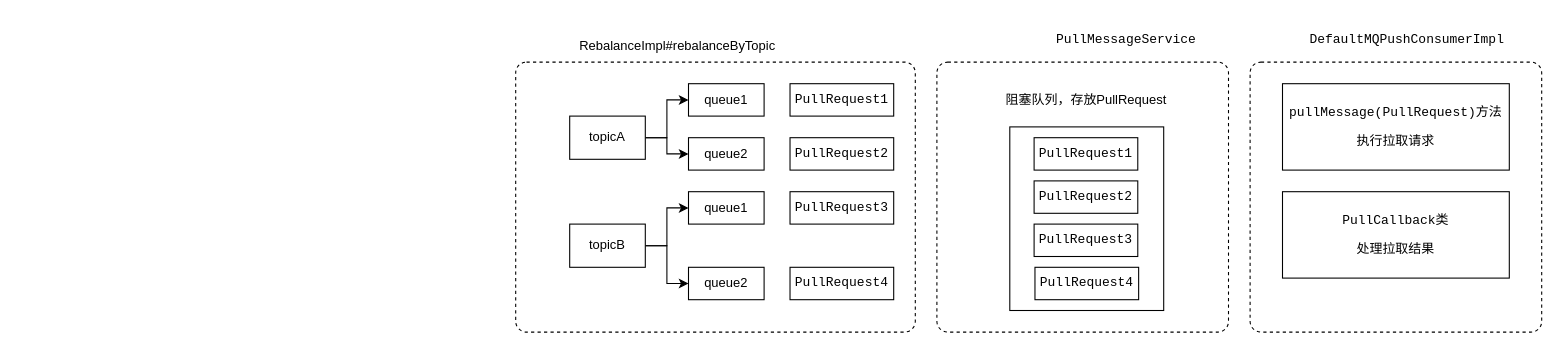
The draw.io diagram rocketmq/消息消费类图.drawio in erlieStar/diagrams, before the edit. Source tidied: cells renumbered, new cells numbered last; positions are measured from the earlier drawing's top-left corner, leaving out a move shared by most shapes. Both pictures are drawn from the tidied source at 108%, with x=0, y=0 at pixel (515, 18).
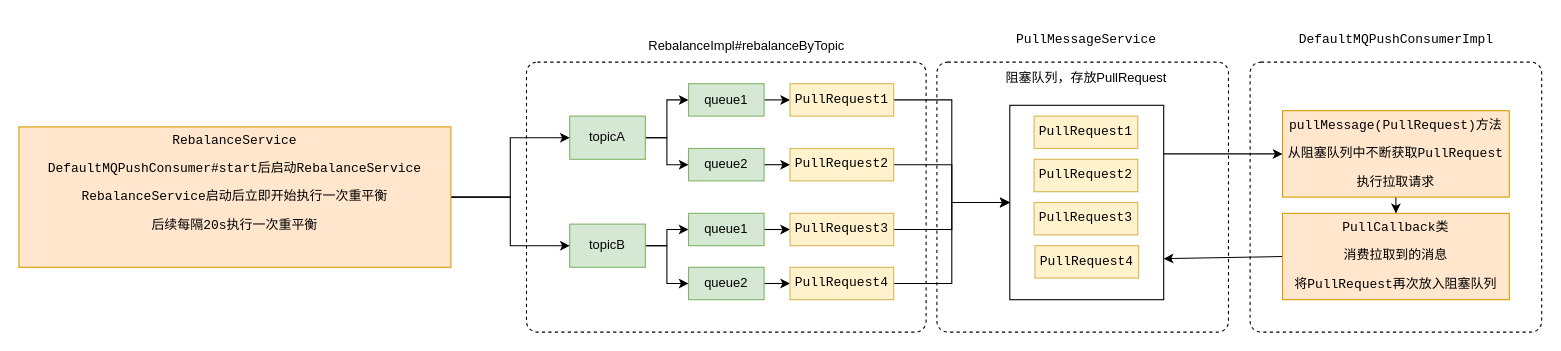
The same page after the edit.

Commit message:
Update 消息消费类图.drawio

The edit, as a diff of the source:
```diff
@@
     <mxCell id="2" value="RebalanceImpl#rebalanceByTopic" style="text;html=1;strokeColor=none;fillColor=none;align=center;verticalAlign=middle;whiteSpace=wrap;rounded=0;" parent="1" vertex="1">
-      <mxGeometry x="40" y="10" width="220" height="30" as="geometry" />
+      <mxGeometry x="104" y="10" width="220" height="30" as="geometry" />
     </mxCell>
     <mxCell id="3" style="html=1;align=center;verticalAlign=top;rounded=1;absoluteArcSize=1;arcSize=20;dashed=1;" parent="1" vertex="1">
-      <mxGeometry y="40" width="370" height="250" as="geometry" />
+      <mxGeometry x="10" y="40" width="370" height="250" as="geometry" />
     </mxCell>
@@
-    <mxCell id="6" value="topicA" style="rounded=0;whiteSpace=wrap;html=1;" parent="1" vertex="1">
+    <mxCell id="6" value="topicA" style="rounded=0;whiteSpace=wrap;html=1;fillColor=#d5e8d4;strokeColor=#82b366;" parent="1" vertex="1">
       <mxGeometry x="50" y="90" width="70" height="40" as="geometry" />
     </mxCell>
@@
-    <mxCell id="9" value="topicB" style="rounded=0;whiteSpace=wrap;html=1;" parent="1" vertex="1">
+    <mxCell id="9" value="topicB" style="rounded=0;whiteSpace=wrap;html=1;fillColor=#d5e8d4;strokeColor=#82b366;" parent="1" vertex="1">
       <mxGeometry x="50" y="190" width="70" height="40" as="geometry" />
     </mxCell>
+    <mxCell id="30" style="edgeStyle=orthogonalEdgeStyle;rounded=0;jettySize=auto;html=1;exitX=1;exitY=0.5;exitDx=0;exitDy=0;entryX=0;entryY=0.5;entryDx=0;entryDy=0;" parent="1" edge="1" source="10" target="19">
+      <mxGeometry relative="1" as="geometry" />
+    </mxCell>
-    <mxCell id="10" value="queue1" style="rounded=0;whiteSpace=wrap;html=1;" parent="1" vertex="1">
+    <mxCell id="10" value="queue1" style="rounded=0;whiteSpace=wrap;html=1;fillColor=#d5e8d4;strokeColor=#82b366;" parent="1" vertex="1">
       <mxGeometry x="160" y="60" width="70" height="30" as="geometry" />
     </mxCell>
+    <mxCell id="31" style="edgeStyle=orthogonalEdgeStyle;rounded=0;jettySize=auto;html=1;exitX=1;exitY=0.5;exitDx=0;exitDy=0;entryX=0;entryY=0.5;entryDx=0;entryDy=0;" parent="1" edge="1" source="11" target="21">
+      <mxGeometry relative="1" as="geometry" />
+    </mxCell>
-    <mxCell id="11" value="queue2" style="rounded=0;whiteSpace=wrap;html=1;" parent="1" vertex="1">
-      <mxGeometry x="160" y="110" width="70" height="30" as="geometry" />
+    <mxCell id="11" value="queue2" style="rounded=0;whiteSpace=wrap;html=1;fillColor=#d5e8d4;strokeColor=#82b366;" parent="1" vertex="1">
+      <mxGeometry x="160" y="120" width="70" height="30" as="geometry" />
     </mxCell>
+    <mxCell id="32" style="edgeStyle=orthogonalEdgeStyle;rounded=0;jettySize=auto;html=1;exitX=1;exitY=0.5;exitDx=0;exitDy=0;entryX=0;entryY=0.5;entryDx=0;entryDy=0;" parent="1" edge="1" source="12" target="22">
+      <mxGeometry relative="1" as="geometry" />
+    </mxCell>
-    <mxCell id="12" value="queue1" style="rounded=0;whiteSpace=wrap;html=1;" parent="1" vertex="1">
-      <mxGeometry x="160" y="160" width="70" height="30" as="geometry" />
+    <mxCell id="12" value="queue1" style="rounded=0;whiteSpace=wrap;html=1;fillColor=#d5e8d4;strokeColor=#82b366;" parent="1" vertex="1">
+      <mxGeometry x="160" y="180" width="70" height="30" as="geometry" />
     </mxCell>
+    <mxCell id="33" style="edgeStyle=orthogonalEdgeStyle;rounded=0;jettySize=auto;html=1;exitX=1;exitY=0.5;exitDx=0;exitDy=0;entryX=0;entryY=0.5;entryDx=0;entryDy=0;" parent="1" edge="1" source="13" target="23">
+      <mxGeometry relative="1" as="geometry" />
+    </mxCell>
-    <mxCell id="13" value="queue2" style="rounded=0;whiteSpace=wrap;html=1;" parent="1" vertex="1">
+    <mxCell id="13" value="queue2" style="rounded=0;whiteSpace=wrap;html=1;fillColor=#d5e8d4;strokeColor=#82b366;" parent="1" vertex="1">
       <mxGeometry x="160" y="230" width="70" height="30" as="geometry" />
     </mxCell>
@@
     <mxCell id="15" value="&lt;pre&gt;PullMessageService&lt;/pre&gt;" style="text;html=1;align=center;verticalAlign=middle;strokeColor=none;fillColor=none;" parent="1" vertex="1">
-      <mxGeometry x="490" width="150" height="40" as="geometry" />
+      <mxGeometry x="453" width="150" height="40" as="geometry" />
     </mxCell>
@@
+    <mxCell id="34" style="edgeStyle=orthogonalEdgeStyle;rounded=0;jettySize=auto;html=1;exitX=0.5;exitY=1;exitDx=0;exitDy=0;" parent="1" edge="1" source="17" target="18">
+      <mxGeometry relative="1" as="geometry" />
+    </mxCell>
-    <mxCell id="17" value="&lt;pre&gt;pullMessage(PullRequest)方法&lt;/pre&gt;&lt;pre&gt;执行拉取请求&lt;/pre&gt;" style="rounded=0;whiteSpace=wrap;html=1;" parent="1" vertex="1">
-      <mxGeometry x="710" y="60" width="210" height="80" as="geometry" />
+    <mxCell id="17" value="&lt;pre&gt;pullMessage(PullRequest)方法&lt;/pre&gt;&lt;pre&gt;从阻塞队列中不断获取PullRequest&lt;/pre&gt;&lt;pre&gt;执行拉取请求&lt;/pre&gt;" style="rounded=0;whiteSpace=wrap;html=1;fillColor=#ffe6cc;strokeColor=#d79b00;" parent="1" vertex="1">
+      <mxGeometry x="710" y="85" width="210" height="80" as="geometry" />
     </mxCell>
+    <mxCell id="35" style="edgeStyle=none;rounded=0;jettySize=auto;html=1;exitX=0;exitY=0.5;exitDx=0;exitDy=0;entryX=1;entryY=0.789;entryDx=0;entryDy=0;entryPerimeter=0;" parent="1" edge="1" source="18" target="20">
+      <mxGeometry relative="1" as="geometry" />
+    </mxCell>
-    <mxCell id="18" value="&lt;pre&gt;&lt;pre&gt;PullCallback类&lt;/pre&gt;&lt;pre&gt;处理拉取结果&lt;/pre&gt;&lt;/pre&gt;" style="rounded=0;whiteSpace=wrap;html=1;" parent="1" vertex="1">
-      <mxGeometry x="710" y="160" width="210" height="80" as="geometry" />
+    <mxCell id="18" value="&lt;pre&gt;&lt;pre&gt;PullCallback类&lt;/pre&gt;&lt;pre&gt;消费拉取到的消息&lt;/pre&gt;&lt;pre&gt;将PullRequest再次放入阻塞队列&lt;/pre&gt;&lt;/pre&gt;" style="rounded=0;whiteSpace=wrap;html=1;fillColor=#ffe6cc;strokeColor=#d79b00;" parent="1" vertex="1">
+      <mxGeometry x="710" y="180" width="210" height="80" as="geometry" />
     </mxCell>
+    <mxCell id="36" style="edgeStyle=orthogonalEdgeStyle;rounded=0;jettySize=auto;html=1;exitX=1;exitY=0.5;exitDx=0;exitDy=0;entryX=0;entryY=0.5;entryDx=0;entryDy=0;" parent="1" edge="1" source="19" target="20">
+      <mxGeometry relative="1" as="geometry" />
+    </mxCell>
-    <mxCell id="19" value="&lt;pre&gt;PullRequest1&lt;/pre&gt;" style="rounded=0;whiteSpace=wrap;html=1;" parent="1" vertex="1">
+    <mxCell id="19" value="&lt;pre&gt;PullRequest1&lt;/pre&gt;" style="rounded=0;whiteSpace=wrap;html=1;fillColor=#fff2cc;strokeColor=#d6b656;" parent="1" vertex="1">
       <mxGeometry x="254" y="60" width="96" height="30" as="geometry" />
     </mxCell>
+    <mxCell id="37" style="rounded=0;jettySize=auto;html=1;exitX=1;exitY=0.25;exitDx=0;exitDy=0;entryX=0;entryY=0.5;entryDx=0;entryDy=0;" parent="1" edge="1" source="20" target="17">
+      <mxGeometry relative="1" as="geometry" />
+    </mxCell>
     <mxCell id="20" style="rounded=0;whiteSpace=wrap;html=1;" parent="1" vertex="1">
-      <mxGeometry x="457.5" y="100" width="142.5" height="170" as="geometry" />
+      <mxGeometry x="457.5" y="80" width="142.5" height="180" as="geometry" />
     </mxCell>
+    <mxCell id="38" style="edgeStyle=orthogonalEdgeStyle;rounded=0;jettySize=auto;html=1;exitX=1;exitY=0.5;exitDx=0;exitDy=0;entryX=0;entryY=0.5;entryDx=0;entryDy=0;" parent="1" edge="1" source="21" target="20">
+      <mxGeometry relative="1" as="geometry" />
+    </mxCell>
-    <mxCell id="21" value="&lt;pre&gt;PullRequest2&lt;/pre&gt;" style="rounded=0;whiteSpace=wrap;html=1;" parent="1" vertex="1">
-      <mxGeometry x="254" y="110" width="96" height="30" as="geometry" />
+    <mxCell id="21" value="&lt;pre&gt;PullRequest2&lt;/pre&gt;" style="rounded=0;whiteSpace=wrap;html=1;fillColor=#fff2cc;strokeColor=#d6b656;" parent="1" vertex="1">
+      <mxGeometry x="254" y="120" width="96" height="30" as="geometry" />
     </mxCell>
+    <mxCell id="39" style="edgeStyle=orthogonalEdgeStyle;rounded=0;jettySize=auto;html=1;exitX=1;exitY=0.5;exitDx=0;exitDy=0;entryX=0;entryY=0.5;entryDx=0;entryDy=0;" parent="1" edge="1" source="22" target="20">
+      <mxGeometry relative="1" as="geometry" />
+    </mxCell>
-    <mxCell id="22" value="&lt;pre&gt;PullRequest3&lt;/pre&gt;" style="rounded=0;whiteSpace=wrap;html=1;" parent="1" vertex="1">
-      <mxGeometry x="254" y="160" width="96" height="30" as="geometry" />
+    <mxCell id="22" value="&lt;pre&gt;PullRequest3&lt;/pre&gt;" style="rounded=0;whiteSpace=wrap;html=1;fillColor=#fff2cc;strokeColor=#d6b656;" parent="1" vertex="1">
+      <mxGeometry x="254" y="180" width="96" height="30" as="geometry" />
     </mxCell>
+    <mxCell id="40" style="edgeStyle=orthogonalEdgeStyle;rounded=0;jettySize=auto;html=1;exitX=1;exitY=0.5;exitDx=0;exitDy=0;entryX=0;entryY=0.5;entryDx=0;entryDy=0;" parent="1" edge="1" source="23" target="20">
+      <mxGeometry relative="1" as="geometry" />
+    </mxCell>
-    <mxCell id="23" value="&lt;pre&gt;PullRequest4&lt;/pre&gt;" style="rounded=0;whiteSpace=wrap;html=1;" parent="1" vertex="1">
+    <mxCell id="23" value="&lt;pre&gt;PullRequest4&lt;/pre&gt;" style="rounded=0;whiteSpace=wrap;html=1;fillColor=#fff2cc;strokeColor=#d6b656;" parent="1" vertex="1">
       <mxGeometry x="254" y="230" width="96" height="30" as="geometry" />
     </mxCell>
-    <mxCell id="24" value="&lt;pre&gt;PullRequest4&lt;/pre&gt;" style="rounded=0;whiteSpace=wrap;html=1;" parent="1" vertex="1">
-      <mxGeometry x="480.8" y="230" width="96" height="30" as="geometry" />
+    <mxCell id="24" value="&lt;pre&gt;PullRequest4&lt;/pre&gt;" style="rounded=0;whiteSpace=wrap;html=1;fillColor=#fff2cc;strokeColor=#d6b656;" parent="1" vertex="1">
+      <mxGeometry x="480.8" y="210" width="96" height="30" as="geometry" />
     </mxCell>
-    <mxCell id="25" value="&lt;pre&gt;PullRequest3&lt;/pre&gt;" style="rounded=0;whiteSpace=wrap;html=1;" parent="1" vertex="1">
-      <mxGeometry x="480" y="190" width="96" height="30" as="geometry" />
+    <mxCell id="25" value="&lt;pre&gt;PullRequest3&lt;/pre&gt;" style="rounded=0;whiteSpace=wrap;html=1;fillColor=#fff2cc;strokeColor=#d6b656;" parent="1" vertex="1">
+      <mxGeometry x="480" y="170" width="96" height="30" as="geometry" />
     </mxCell>
-    <mxCell id="26" value="&lt;pre&gt;PullRequest2&lt;/pre&gt;" style="rounded=0;whiteSpace=wrap;html=1;" parent="1" vertex="1">
-      <mxGeometry x="480" y="150" width="96" height="30" as="geometry" />
+    <mxCell id="26" value="&lt;pre&gt;PullRequest2&lt;/pre&gt;" style="rounded=0;whiteSpace=wrap;html=1;fillColor=#fff2cc;strokeColor=#d6b656;" parent="1" vertex="1">
+      <mxGeometry x="480" y="130" width="96" height="30" as="geometry" />
     </mxCell>
-    <mxCell id="27" value="&lt;pre&gt;PullRequest1&lt;/pre&gt;" style="rounded=0;whiteSpace=wrap;html=1;" parent="1" vertex="1">
-      <mxGeometry x="480" y="110" width="96" height="30" as="geometry" />
+    <mxCell id="27" value="&lt;pre&gt;PullRequest1&lt;/pre&gt;" style="rounded=0;whiteSpace=wrap;html=1;fillColor=#fff2cc;strokeColor=#d6b656;" parent="1" vertex="1">
+      <mxGeometry x="480" y="90" width="96" height="30" as="geometry" />
     </mxCell>
     <mxCell id="28" value="阻塞队列，存放&lt;span&gt;PullRequest&lt;/span&gt;" style="text;html=1;strokeColor=none;fillColor=none;align=center;verticalAlign=middle;whiteSpace=wrap;rounded=0;" parent="1" vertex="1">
-      <mxGeometry x="441.2" y="60" width="175" height="30" as="geometry" />
+      <mxGeometry x="441.2" y="40" width="175" height="30" as="geometry" />
     </mxCell>
     <mxCell id="29" value="&lt;pre&gt;&lt;pre&gt;DefaultMQPushConsumerImpl&lt;/pre&gt;&lt;/pre&gt;" style="text;html=1;align=center;verticalAlign=middle;strokeColor=none;fillColor=none;" parent="1" vertex="1">
-      <mxGeometry x="725" width="200" height="40" as="geometry" />
+      <mxGeometry x="715" width="200" height="40" as="geometry" />
     </mxCell>
+    <mxCell id="41" style="edgeStyle=orthogonalEdgeStyle;rounded=0;jettySize=auto;html=1;exitX=1;exitY=0.5;exitDx=0;exitDy=0;entryX=0;entryY=0.5;entryDx=0;entryDy=0;" parent="1" edge="1" source="43" target="6">
+      <mxGeometry relative="1" as="geometry" />
+    </mxCell>
+    <mxCell id="42" style="edgeStyle=orthogonalEdgeStyle;rounded=0;jettySize=auto;html=1;exitX=1;exitY=0.5;exitDx=0;exitDy=0;entryX=0;entryY=0.5;entryDx=0;entryDy=0;" parent="1" edge="1" source="43" target="9">
+      <mxGeometry relative="1" as="geometry" />
+    </mxCell>
+    <mxCell id="43" value="&lt;pre&gt;RebalanceService&lt;/pre&gt;&lt;pre&gt;&lt;pre&gt;DefaultMQPushConsumer#start后启动RebalanceService&lt;/pre&gt;&lt;pre&gt;RebalanceService启动后立即开始执行一次重平衡&lt;/pre&gt;&lt;pre&gt;后续每隔20s执行一次重平衡&lt;/pre&gt;&lt;pre&gt;&lt;br&gt;&lt;/pre&gt;&lt;/pre&gt;" style="rounded=0;whiteSpace=wrap;html=1;fillColor=#ffe6cc;strokeColor=#d79b00;" parent="1" vertex="1">
+      <mxGeometry x="-460" y="100" width="400" height="130" as="geometry" />
+    </mxCell>
```
